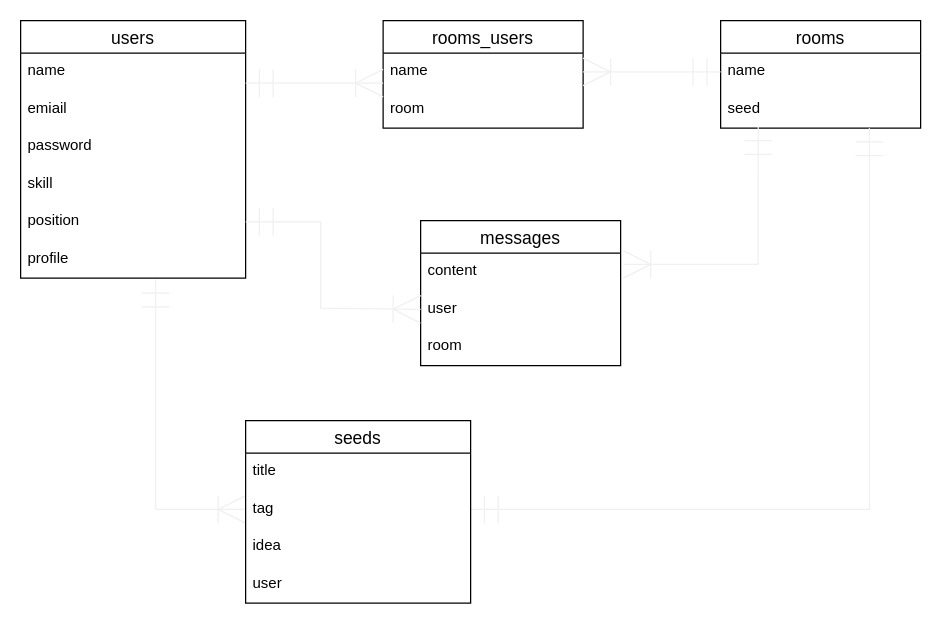
Above: .dio in gen-ghub/Seedeas (draw.io), before the change. Source tidied: cells renumbered, new cells numbered last; positions are measured from the earlier drawing's top-left corner, leaving out a move shared by most shapes. Both pictures are drawn from the tidied source at 125%, with x=0, y=0 at pixel (20, 20).
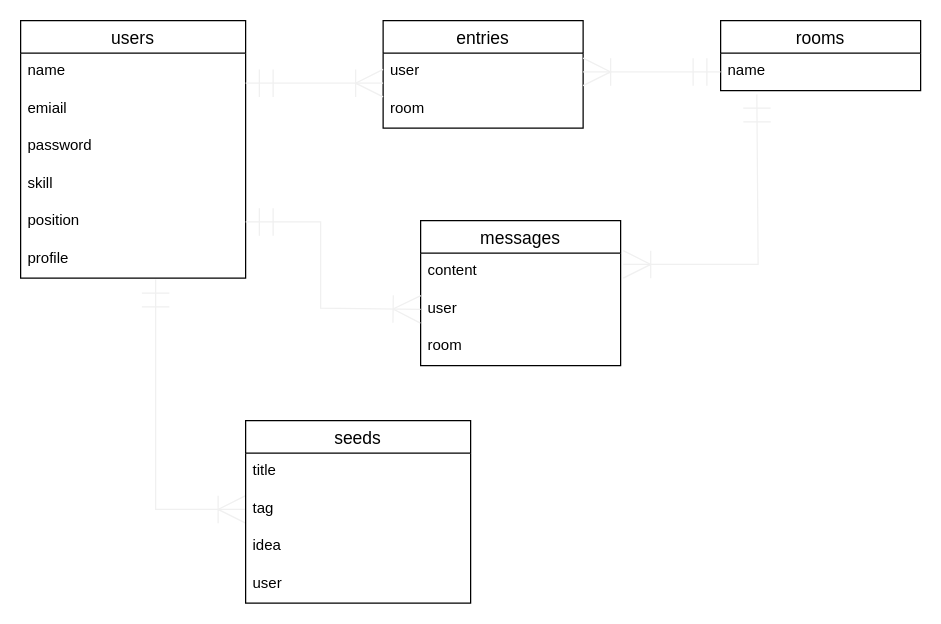
The same page after the edit.

The change refers to these unchanged cells:
```xml
<mxCell id="10" value="name" style="text;strokeColor=none;fillColor=none;spacingLeft=4;spacingRight=4;overflow=hidden;points=[[0,0.5],[1,0.5]];portConstraint=eastwest;fontSize=12;" parent="9" vertex="1">
  <mxGeometry y="26" width="160" height="30" as="geometry" />
</mxCell>
<mxCell id="21" value="tag" style="text;strokeColor=none;fillColor=none;spacingLeft=4;spacingRight=4;overflow=hidden;points=[[0,0.5],[1,0.5]];portConstraint=eastwest;fontSize=12;" parent="19" vertex="1">
  <mxGeometry y="56" width="180" height="30" as="geometry" />
</mxCell>
<mxCell id="26" value="content" style="text;strokeColor=none;fillColor=none;spacingLeft=4;spacingRight=4;overflow=hidden;points=[[0,0.5],[1,0.5]];portConstraint=eastwest;fontSize=12;" parent="25" vertex="1">
  <mxGeometry y="26" width="160" height="30" as="geometry" />
</mxCell>
```

The edit, as a diff of the source:
```diff
@@
     <mxCell id="9" value="rooms" style="swimlane;fontStyle=0;horizontal=1;startSize=26;align=center;fontSize=14;" parent="1" vertex="1">
-      <mxGeometry x="560" width="160" height="86" as="geometry" />
+      <mxGeometry x="560" width="160" height="56" as="geometry" />
     </mxCell>
@@
-    <mxCell id="11" value="seed" style="text;strokeColor=none;fillColor=none;spacingLeft=4;spacingRight=4;overflow=hidden;points=[[0,0.5],[1,0.5]];portConstraint=eastwest;fontSize=12;" parent="9" vertex="1">
-      <mxGeometry y="56" width="160" height="30" as="geometry" />
-    </mxCell>
-    <mxCell id="12" value="rooms_users" style="swimlane;fontStyle=0;horizontal=1;startSize=26;align=center;fontSize=14;" parent="1" vertex="1">
+    <mxCell id="12" value="entries" style="swimlane;fontStyle=0;horizontal=1;startSize=26;align=center;fontSize=14;" parent="1" vertex="1">
       <mxGeometry x="290" width="160" height="86" as="geometry" />
     </mxCell>
-    <mxCell id="13" value="name" style="text;strokeColor=none;fillColor=none;spacingLeft=4;spacingRight=4;overflow=hidden;points=[[0,0.5],[1,0.5]];portConstraint=eastwest;fontSize=12;" parent="12" vertex="1">
-      <mxGeometry y="26" width="160" height="30" as="geometry" />
-    </mxCell>
-    <mxCell id="14" value="room" style="text;strokeColor=none;fillColor=none;spacingLeft=4;spacingRight=4;overflow=hidden;fontSize=12;" parent="12" vertex="1">
-      <mxGeometry y="56" width="160" height="30" as="geometry" />
+    <mxCell id="14" value="user" style="text;strokeColor=none;fillColor=none;spacingLeft=4;spacingRight=4;overflow=hidden;fontSize=12;" parent="12" vertex="1">
+      <mxGeometry y="26" width="160" height="30" as="geometry" />
     </mxCell>
+    <mxCell id="30" value="room" style="text;strokeColor=none;fillColor=none;spacingLeft=4;spacingRight=4;overflow=hidden;fontSize=12;" parent="12" vertex="1">
+      <mxGeometry y="56" width="160" height="30" as="geometry" />
+    </mxCell>
@@
-    <mxCell id="16" style="endArrow=ERoneToMany;html=1;rounded=0;strokeColor=#f0f0f0;startArrow=ERmandOne;startFill=0;endSize=20;endFill=0;startSize=20;jumpSize=20;entryX=1;entryY=0.5;entryDx=0;entryDy=0;exitX=0;exitY=0.5;exitDx=0;exitDy=0;" parent="1" edge="1" source="10" target="13">
-      <mxGeometry relative="1" as="geometry" />
+    <mxCell id="16" style="endArrow=ERoneToMany;html=1;rounded=0;strokeColor=#f0f0f0;startArrow=ERmandOne;startFill=0;endSize=20;endFill=0;startSize=20;jumpSize=20;entryX=1;entryY=0.5;entryDx=0;entryDy=0;exitX=0;exitY=0.5;exitDx=0;exitDy=0;" parent="1" edge="1" source="10">
+      <mxGeometry relative="1" as="geometry">
+        <mxPoint x="450" y="41" as="targetPoint" />
+      </mxGeometry>
     </mxCell>
@@
-    <mxCell id="18" style="endArrow=ERmandOne;html=1;rounded=0;strokeColor=#f0f0f0;startArrow=ERmandOne;startFill=0;endSize=20;endFill=0;startSize=20;jumpSize=20;exitX=1;exitY=0.5;exitDx=0;exitDy=0;entryX=0.744;entryY=1;entryDx=0;entryDy=0;entryPerimeter=0;" parent="1" edge="1" source="21" target="11">
-      <mxGeometry relative="1" as="geometry">
-        <Array as="points">
-          <mxPoint x="440" y="391" />
-          <mxPoint x="679" y="391" />
-        </Array>
-      </mxGeometry>
-    </mxCell>
@@
-    <mxCell id="24" style="endArrow=ERoneToMany;html=1;rounded=0;strokeColor=#f0f0f0;startArrow=ERmandOne;startFill=0;endSize=20;endFill=0;startSize=20;jumpSize=20;entryX=1.013;entryY=0.3;entryDx=0;entryDy=0;exitX=0.188;exitY=0.967;exitDx=0;exitDy=0;exitPerimeter=0;entryPerimeter=0;" parent="1" edge="1" source="11" target="26">
+    <mxCell id="24" style="endArrow=ERoneToMany;html=1;rounded=0;strokeColor=#f0f0f0;startArrow=ERmandOne;startFill=0;endSize=20;endFill=0;startSize=20;jumpSize=20;entryX=1.013;entryY=0.3;entryDx=0;entryDy=0;entryPerimeter=0;exitX=0.181;exitY=1.1;exitDx=0;exitDy=0;exitPerimeter=0;" parent="1" edge="1" source="10" target="26">
       <mxGeometry relative="1" as="geometry">
         <Array as="points">
           <mxPoint x="590" y="195" />
         </Array>
       </mxGeometry>
     </mxCell>
```
